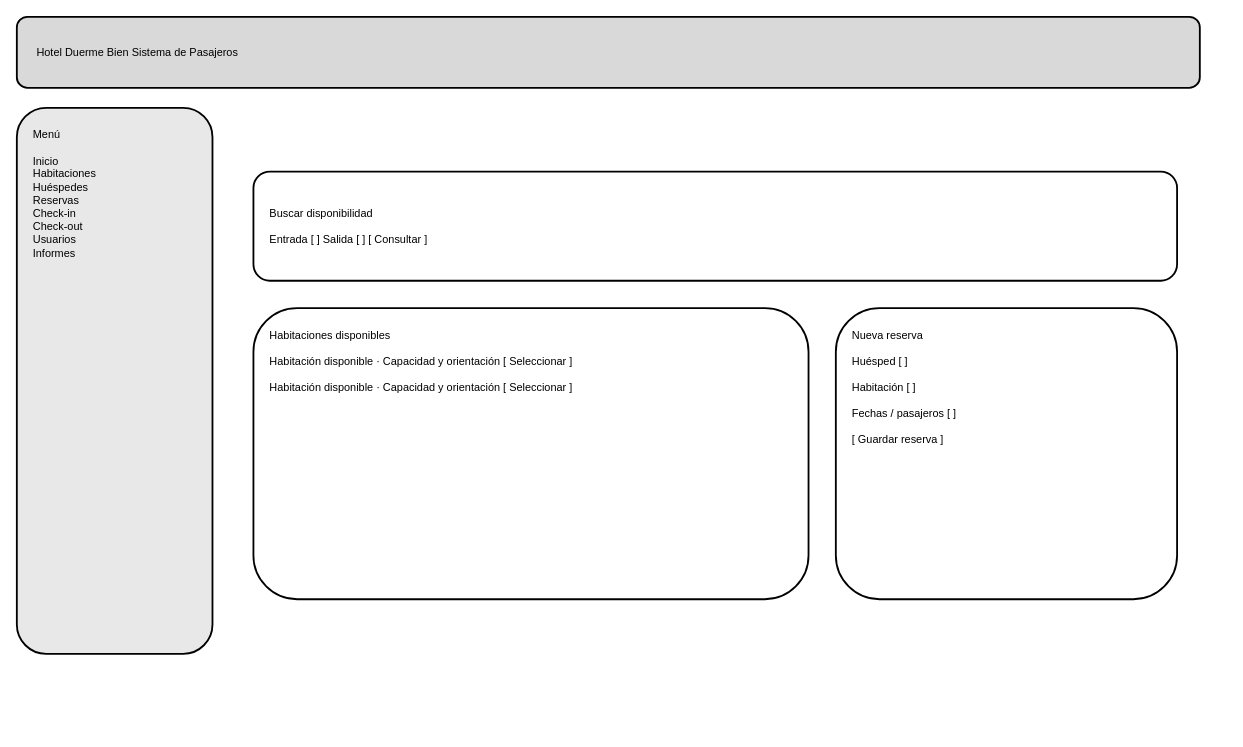
Above: page "Wireframe" (2 of 4) of diagramas-editables/04-interfaz.drawio in Yutre3/diego (draw.io), before the change. Source tidied: cells renumbered, new cells numbered last; positions are measured from the earlier drawing's top-left corner, leaving out a move shared by most shapes. Both pictures are drawn from the tidied source at 91%, with x=0, y=0 at pixel (16, 16).
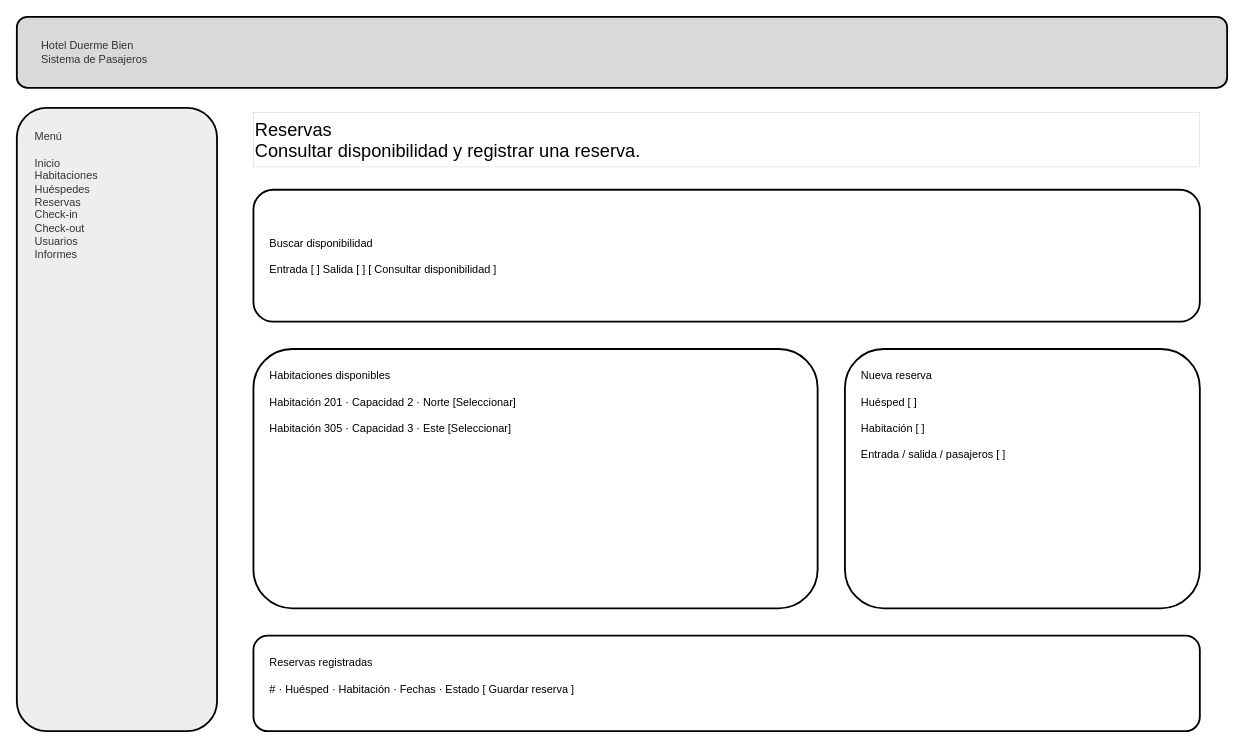
The same diagram, later.

What changed in the source:
```diff
@@
 <mxGraphModel>
   <root>
     <mxCell id="0" />
     <mxCell id="1" parent="0" />
-    <mxCell id="2" value="Hotel Duerme Bien                                                                 Sistema de Pasajeros" style="rounded=1;whiteSpace=wrap;html=1;strokeWidth=2;fillColor=#d9d9d9;align=left;spacingLeft=20;" parent="1" vertex="1">
-      <mxGeometry width="1300" height="78" as="geometry" />
+    <mxCell id="2" value="Hotel Duerme Bien&#10;Sistema de Pasajeros" style="rounded=1;whiteSpace=wrap;html=1;strokeWidth=2;fillColor=#d9d9d9;fontColor=#2f3438;align=left;spacingLeft=25;" parent="1" vertex="1">
+      <mxGeometry width="1330" height="78" as="geometry" />
     </mxCell>
-    <mxCell id="3" value="Menú&#10;&#10;Inicio&#10;Habitaciones&#10;Huéspedes&#10;Reservas&#10;Check-in&#10;Check-out&#10;Usuarios&#10;Informes" style="rounded=1;whiteSpace=wrap;html=1;strokeWidth=2;fillColor=#e8e8e8;align=left;verticalAlign=top;spacing=18;" parent="1" vertex="1">
-      <mxGeometry y="100" width="215" height="600" as="geometry" />
+    <mxCell id="3" value="Menú&#10;&#10;Inicio&#10;Habitaciones&#10;Huéspedes&#10;Reservas&#10;Check-in&#10;Check-out&#10;Usuarios&#10;Informes" style="rounded=1;whiteSpace=wrap;html=1;strokeWidth=2;fillColor=#eeeeee;fontColor=#2f3438;align=left;verticalAlign=top;spacing=20;" parent="1" vertex="1">
+      <mxGeometry y="100" width="220" height="685" as="geometry" />
     </mxCell>
-    <mxCell id="4" value="Buscar disponibilidad&#10;&#10;Entrada [ ]        Salida [ ]                                  [ Consultar ]" style="rounded=1;whiteSpace=wrap;html=1;strokeWidth=2;fillColor=#ffffff;align=left;spacing=18;" parent="1" vertex="1">
-      <mxGeometry x="260" y="170" width="1015" height="120" as="geometry" />
-    </mxCell>
-    <mxCell id="5" value="Habitaciones disponibles&#10;&#10;Habitación disponible · Capacidad y orientación         [ Seleccionar ]&#10;&#10;Habitación disponible · Capacidad y orientación         [ Seleccionar ]" style="rounded=1;whiteSpace=wrap;html=1;strokeWidth=2;fillColor=#ffffff;align=left;verticalAlign=top;spacing=18;" parent="1" vertex="1">
-      <mxGeometry x="260" y="320" width="610" height="320" as="geometry" />
-    </mxCell>
-    <mxCell id="6" value="Nueva reserva&#10;&#10;Huésped [ ]&#10;&#10;Habitación [ ]&#10;&#10;Fechas / pasajeros [ ]&#10;&#10;[ Guardar reserva ]" style="rounded=1;whiteSpace=wrap;html=1;strokeWidth=2;fillColor=#ffffff;align=left;verticalAlign=top;spacing=18;" parent="1" vertex="1">
-      <mxGeometry x="900" y="320" width="375" height="320" as="geometry" />
-    </mxCell>
+    <mxCell id="7" value="Reservas&#10;Consultar disponibilidad y registrar una reserva." style="rounded=0;whiteSpace=wrap;html=1;strokeWidth=0;fillColor=#ffffff;align=left;fontSize=20;" parent="1" vertex="1">
+      <mxGeometry x="260" y="105" width="1040" height="60" as="geometry" />
+    </mxCell>
+    <mxCell id="8" value="Buscar disponibilidad&#10;&#10;Entrada [ ]        Salida [ ]                         [ Consultar disponibilidad ]" style="rounded=1;whiteSpace=wrap;html=1;strokeWidth=2;fillColor=#ffffff;align=left;spacing=18;" parent="1" vertex="1">
+      <mxGeometry x="260" y="190" width="1040" height="145" as="geometry" />
+    </mxCell>
+    <mxCell id="9" value="Habitaciones disponibles&#10;&#10;Habitación 201 · Capacidad 2 · Norte                         [Seleccionar]&#10;&#10;Habitación 305 · Capacidad 3 · Este                         [Seleccionar]" style="rounded=1;whiteSpace=wrap;html=1;strokeWidth=2;fillColor=#ffffff;align=left;verticalAlign=top;spacing=18;" parent="1" vertex="1">
+      <mxGeometry x="260" y="365" width="620" height="285" as="geometry" />
+    </mxCell>
+    <mxCell id="10" value="Nueva reserva&#10;&#10;Huésped [ ]&#10;&#10;Habitación [ ]&#10;&#10;Entrada / salida / pasajeros [ ]" style="rounded=1;whiteSpace=wrap;html=1;strokeWidth=2;fillColor=#ffffff;align=left;verticalAlign=top;spacing=18;" parent="1" vertex="1">
+      <mxGeometry x="910" y="365" width="390" height="285" as="geometry" />
+    </mxCell>
+    <mxCell id="11" value="Reservas registradas&#10;&#10;# · Huésped · Habitación · Fechas · Estado                         [ Guardar reserva ]" style="rounded=1;whiteSpace=wrap;html=1;strokeWidth=2;fillColor=#ffffff;align=left;verticalAlign=top;spacing=18;" parent="1" vertex="1">
+      <mxGeometry x="260" y="680" width="1040" height="105" as="geometry" />
+    </mxCell>
   </root>
 </mxGraphModel>
```
